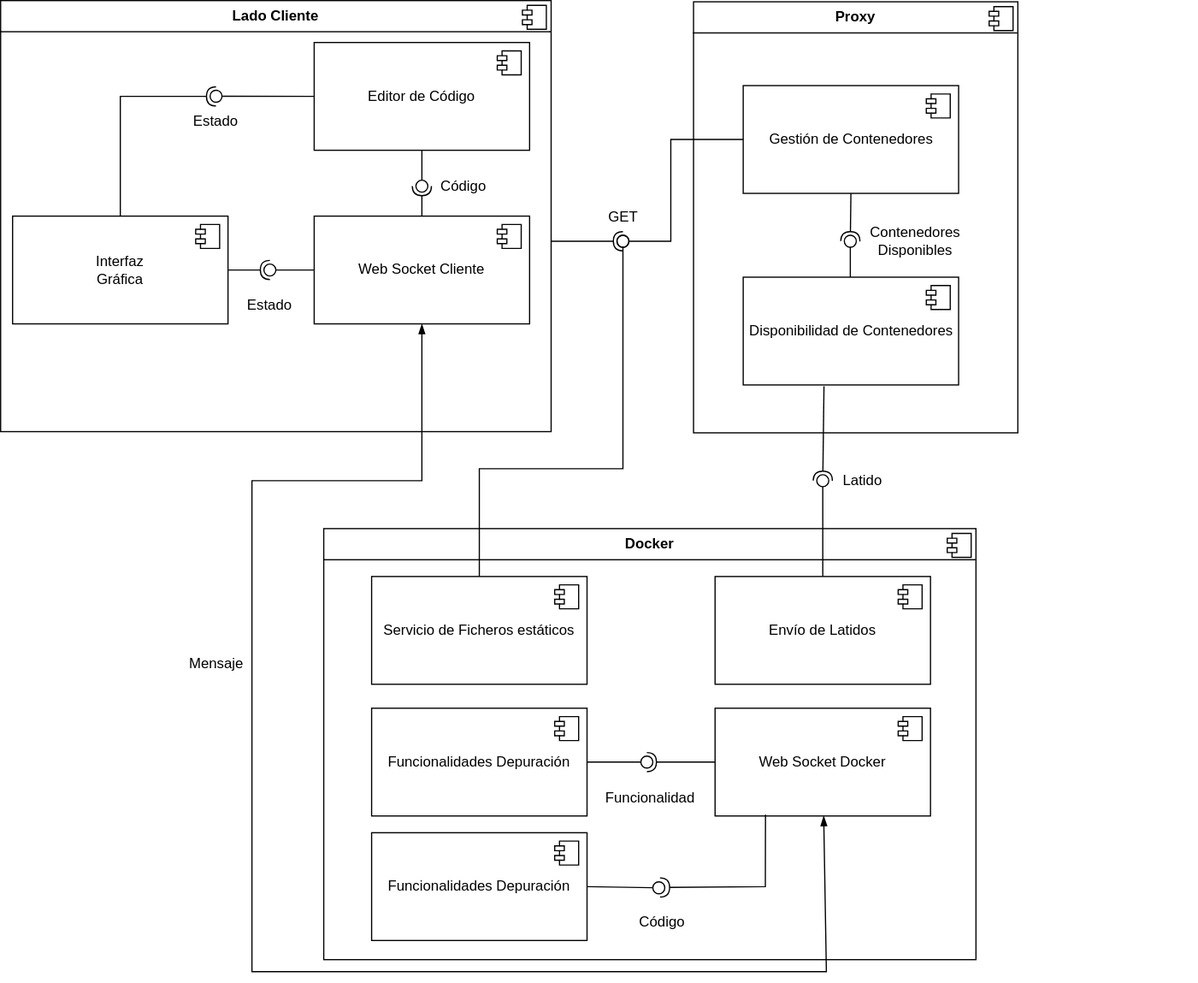
The draw.io diagram doc/img/componentes_TFG.drawio.svg in Adri-Extremix/Trabajo-de-Fin-de-Grado, before a commit. Source tidied: cells renumbered, new cells last; positions are measured from the earlier drawing's top-left corner, leaving out a move shared by most shapes.
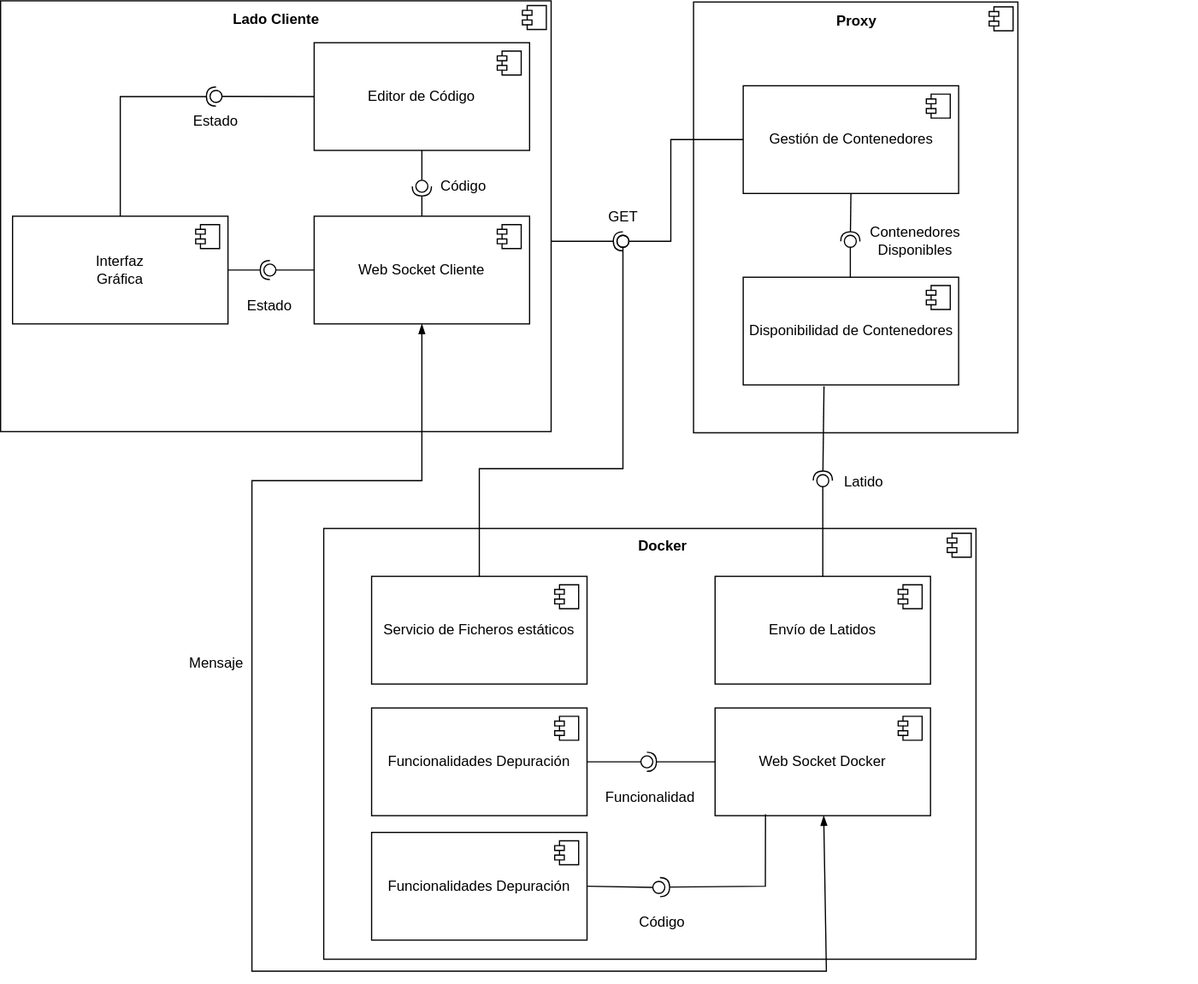
Above is the later version.

The edit, as a diff of the source:
```diff
@@ -2,7 +2,7 @@
   <root>
     <mxCell id="0" />
     <mxCell id="1" parent="0" />
-    <mxCell id="2" value="&lt;p style=&quot;margin:0px;margin-top:6px;text-align:center;&quot;&gt;&lt;b&gt;Proxy&lt;/b&gt;&lt;/p&gt;&lt;hr size=&quot;1&quot; style=&quot;border-style:solid;&quot;&gt;&lt;p style=&quot;margin:0px;margin-left:8px;&quot;&gt;&lt;br&gt;&lt;br&gt;&lt;/p&gt;" style="align=left;overflow=fill;html=1;whiteSpace=wrap;" parent="1" vertex="1">
+    <mxCell id="2" value="&lt;p style=&quot;margin:0px;margin-top:6px;text-align:center;&quot;&gt;&lt;br&gt;&lt;/p&gt;" style="align=left;overflow=fill;html=1;whiteSpace=wrap;" parent="1" vertex="1">
       <mxGeometry x="579" y="1" width="271" height="360" as="geometry" />
     </mxCell>
     <mxCell id="3" style="shape=component;jettyWidth=8;jettyHeight=4;" parent="2" vertex="1">
@@ -10,7 +10,7 @@
         <mxPoint x="-24" y="4" as="offset" />
       </mxGeometry>
     </mxCell>
-    <mxCell id="4" value="&lt;p style=&quot;margin:0px;margin-top:6px;text-align:center;&quot;&gt;&lt;b&gt;Docker&lt;/b&gt;&lt;/p&gt;&lt;hr size=&quot;1&quot; style=&quot;border-style:solid;&quot;&gt;" style="align=left;overflow=fill;html=1;whiteSpace=wrap;" parent="1" vertex="1">
+    <mxCell id="4" value="&lt;p style=&quot;margin:0px;margin-top:6px;text-align:center;&quot;&gt;&lt;/p&gt;" style="align=left;overflow=fill;html=1;whiteSpace=wrap;" parent="1" vertex="1">
       <mxGeometry x="270" y="441" width="545" height="360" as="geometry" />
     </mxCell>
     <mxCell id="5" style="shape=component;jettyWidth=8;jettyHeight=4;" parent="4" vertex="1">
@@ -27,7 +27,7 @@
     <mxCell id="8" style="group;" parent="1" vertex="1">
       <mxGeometry width="460" height="420" as="geometry" />
     </mxCell>
-    <mxCell id="9" value="&lt;p style=&quot;margin:0px;margin-top:6px;text-align:center;&quot;&gt;&lt;b&gt;Lado Cliente&lt;/b&gt;&lt;/p&gt;&lt;hr size=&quot;1&quot; style=&quot;border-style:solid;&quot;&gt;&lt;p style=&quot;margin:0px;margin-left:8px;&quot;&gt;&lt;br&gt;&lt;br&gt;&lt;/p&gt;" style="align=left;overflow=fill;html=1;whiteSpace=wrap;" parent="8" vertex="1">
+    <mxCell id="9" value="&lt;p style=&quot;margin:0px;margin-top:6px;text-align:center;&quot;&gt;&lt;br&gt;&lt;/p&gt;" style="align=left;overflow=fill;html=1;whiteSpace=wrap;" parent="8" vertex="1">
       <mxGeometry width="460" height="360" as="geometry" />
     </mxCell>
     <mxCell id="10" style="shape=component;jettyWidth=8;jettyHeight=4;" parent="9" vertex="1">
@@ -103,6 +103,9 @@
         <mxPoint x="225" y="225" as="targetPoint" />
       </mxGeometry>
     </mxCell>
+    <mxCell id="67" value="&lt;b&gt;Lado Cliente&lt;/b&gt;" style="text;html=1;align=center;verticalAlign=middle;strokeColor=none;fillColor=none;" parent="8" vertex="1">
+      <mxGeometry x="180" y="1" width="100" height="30" as="geometry" />
+    </mxCell>
     <mxCell id="28" style="ellipse;whiteSpace=wrap;html=1;align=center;fillColor=none;strokeColor=none;perimeter=centerPerimeter;" parent="1" vertex="1">
       <mxGeometry x="569" y="241" width="10" height="10" as="geometry" />
     </mxCell>
@@ -279,5 +282,11 @@
     <mxCell id="66" value="Código" style="text;html=1;align=center;verticalAlign=middle;whiteSpace=wrap;rounded=0;" parent="1" vertex="1">
       <mxGeometry x="522.5" y="755" width="60" height="30" as="geometry" />
     </mxCell>
+    <mxCell id="68" value="&lt;b&gt;Proxy&lt;/b&gt;" style="text;html=1;align=center;verticalAlign=middle;strokeColor=none;fillColor=none;" parent="1" vertex="1">
+      <mxGeometry x="684.5" y="2" width="60" height="30" as="geometry" />
+    </mxCell>
+    <mxCell id="69" value="&lt;b&gt;Docker&lt;/b&gt;" style="text;html=1;align=center;verticalAlign=middle;strokeColor=none;fillColor=none;" parent="1" vertex="1">
+      <mxGeometry x="522.5" y="441" width="60" height="30" as="geometry" />
+    </mxCell>
   </root>
 </mxGraphModel>
```
